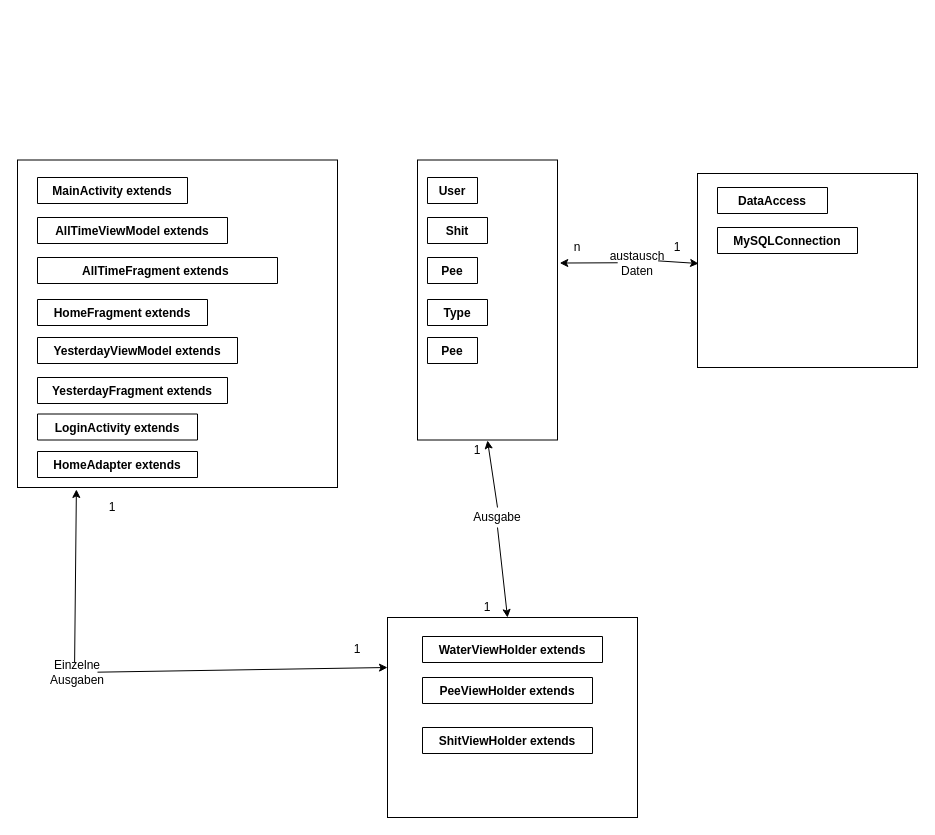
Before: Diagramme/Copy of Klassendiagramm.drawio in olisonsturm/LifestyleTracker, a draw.io diagram. Source tidied: cells renumbered, new cells numbered last; positions are measured from the earlier drawing's top-left corner, leaving out a move shared by most shapes. Both pictures are drawn from the tidied source at 100%, with x=0, y=0 at pixel (17, 159).
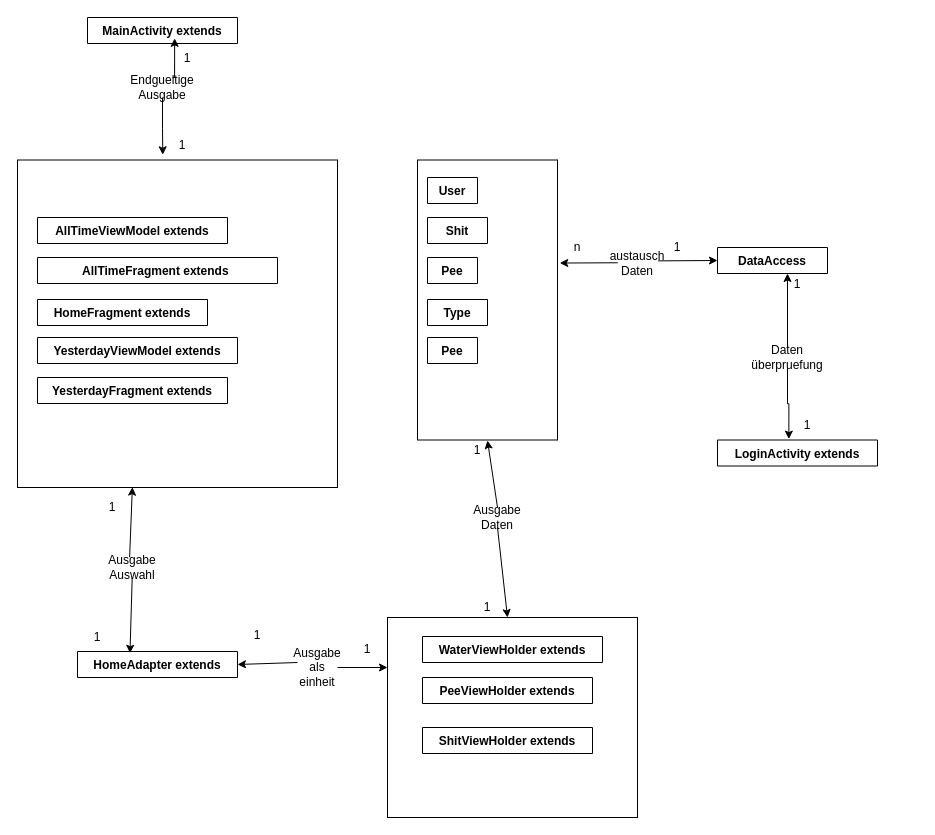
Above is the later version.

The change refers to these unchanged cells:
```xml
<mxCell id="2" style="rounded=0;whiteSpace=wrap;html=1;" parent="1" vertex="1">
  <mxGeometry x="370" y="458" width="250" height="200" as="geometry" />
</mxCell>
<mxCell id="5" style="rounded=0;whiteSpace=wrap;html=1;" parent="1" vertex="1">
  <mxGeometry y="0.5" width="320" height="327.5" as="geometry" />
</mxCell>
<mxCell id="24" value="austausch Daten" style="text;html=1;strokeColor=none;fillColor=none;align=center;verticalAlign=middle;whiteSpace=wrap;rounded=0;" parent="1" vertex="1">
  <mxGeometry x="600" y="94" width="40" height="20" as="geometry" />
</mxCell>
```

What changed in the source:
```diff
@@
-    <mxCell id="3" style="rounded=0;whiteSpace=wrap;html=1;" parent="1" vertex="1">
-      <mxGeometry x="680" y="14" width="220" height="194" as="geometry" />
-    </mxCell>
@@
-    <mxCell id="11" value="MySQLConnection" style="swimlane;fontStyle=1;align=center;verticalAlign=top;horizontal=1;startSize=26;" parent="1" vertex="1" collapsed="1">
-      <mxGeometry x="700" y="68" width="140" height="26" as="geometry" />
-    </mxCell>
     <mxCell id="12" value="HomeAdapter extends" style="swimlane;fontStyle=1;align=center;verticalAlign=top;horizontal=1;startSize=26;" parent="1" vertex="1" collapsed="1">
-      <mxGeometry x="20" y="292" width="160" height="26" as="geometry" />
+      <mxGeometry x="60" y="492" width="160" height="26" as="geometry" />
     </mxCell>
@@
     <mxCell id="16" value="MainActivity extends" style="swimlane;fontStyle=1;align=center;verticalAlign=top;horizontal=1;startSize=26;" parent="1" vertex="1" collapsed="1">
-      <mxGeometry x="20" y="18" width="150" height="26" as="geometry" />
+      <mxGeometry x="70" y="-142" width="150" height="26" as="geometry" />
     </mxCell>
@@
     <mxCell id="22" value="DataAccess" style="swimlane;fontStyle=1;align=center;verticalAlign=top;horizontal=1;startSize=26;" parent="1" vertex="1" collapsed="1">
-      <mxGeometry x="700" y="28" width="110" height="26" as="geometry" />
+      <mxGeometry x="700" y="88" width="110" height="26" as="geometry" />
     </mxCell>
-    <mxCell id="23" style="endArrow=classic;startArrow=none;html=1;entryX=0.005;entryY=0.464;entryDx=0;entryDy=0;entryPerimeter=0;exitX=1.016;exitY=0.368;exitDx=0;exitDy=0;exitPerimeter=0;" parent="1" edge="1" source="24" target="3">
+    <mxCell id="23" style="endArrow=classic;startArrow=none;html=1;entryX=0;entryY=0.5;entryDx=0;entryDy=0;exitX=1.016;exitY=0.368;exitDx=0;exitDy=0;exitPerimeter=0;" parent="1" edge="1" source="24" target="22">
       <mxGeometry relative="1" as="geometry" />
     </mxCell>
@@
-    <mxCell id="26" style="endArrow=classic;startArrow=none;html=1;exitX=0.428;exitY=-0.015;exitDx=0;exitDy=0;exitPerimeter=0;entryX=0.184;entryY=1.006;entryDx=0;entryDy=0;entryPerimeter=0;" parent="1" edge="1" source="27" target="5">
+    <mxCell id="26" style="endArrow=classic;startArrow=none;html=1;exitX=0.428;exitY=-0.015;exitDx=0;exitDy=0;exitPerimeter=0;entryX=0.359;entryY=0.999;entryDx=0;entryDy=0;entryPerimeter=0;" parent="1" edge="1" source="27" target="5">
       <mxGeometry relative="1" as="geometry" />
     </mxCell>
-    <mxCell id="27" value="Einzelne Ausgaben" style="text;html=1;strokeColor=none;fillColor=none;align=center;verticalAlign=middle;whiteSpace=wrap;rounded=0;" parent="1" vertex="1">
-      <mxGeometry x="40" y="503" width="40" height="20" as="geometry" />
+    <mxCell id="27" value="Ausgabe Auswahl" style="text;html=1;strokeColor=none;fillColor=none;align=center;verticalAlign=middle;whiteSpace=wrap;rounded=0;" parent="1" vertex="1">
+      <mxGeometry x="95" y="398" width="40" height="20" as="geometry" />
     </mxCell>
-    <mxCell id="28" style="endArrow=none;startArrow=classic;html=1;exitX=0;exitY=0.25;exitDx=0;exitDy=0;" parent="1" edge="1" source="2" target="27">
+    <mxCell id="28" style="endArrow=none;startArrow=classic;html=1;exitX=0.328;exitY=0.066;exitDx=0;exitDy=0;exitPerimeter=0;" parent="1" edge="1" source="12" target="27">
       <mxGeometry relative="1" as="geometry" />
     </mxCell>
     <mxCell id="29" value="LoginActivity extends" style="swimlane;fontStyle=1;align=center;verticalAlign=top;horizontal=1;startSize=26;" parent="1" vertex="1" collapsed="1">
-      <mxGeometry x="20" y="254.5" width="160" height="26" as="geometry" />
+      <mxGeometry x="700" y="280.5" width="160" height="26" as="geometry" />
     </mxCell>
@@
-    <mxCell id="31" value="Ausgabe" style="text;html=1;strokeColor=none;fillColor=none;align=center;verticalAlign=middle;whiteSpace=wrap;rounded=0;" parent="1" vertex="1">
+    <mxCell id="31" value="Ausgabe Daten" style="text;html=1;strokeColor=none;fillColor=none;align=center;verticalAlign=middle;whiteSpace=wrap;rounded=0;" parent="1" vertex="1">
       <mxGeometry x="460" y="348" width="40" height="20" as="geometry" />
     </mxCell>
@@
     <mxCell id="37" value="1" style="text;html=1;strokeColor=none;fillColor=none;align=center;verticalAlign=middle;whiteSpace=wrap;rounded=0;" parent="1" vertex="1">
-      <mxGeometry x="320" y="480" width="40" height="20" as="geometry" />
+      <mxGeometry x="60" y="468" width="40" height="20" as="geometry" />
     </mxCell>
@@
+    <mxCell id="39" style="endArrow=classic;startArrow=none;html=1;exitX=1;exitY=0.5;exitDx=0;exitDy=0;entryX=0;entryY=0.25;entryDx=0;entryDy=0;" parent="1" edge="1" source="40" target="2">
+      <mxGeometry relative="1" as="geometry" />
+    </mxCell>
+    <mxCell id="40" value="Ausgabe als einheit" style="text;html=1;strokeColor=none;fillColor=none;align=center;verticalAlign=middle;whiteSpace=wrap;rounded=0;" parent="1" vertex="1">
+      <mxGeometry x="280" y="498" width="40" height="20" as="geometry" />
+    </mxCell>
+    <mxCell id="41" style="endArrow=none;startArrow=classic;html=1;exitX=1;exitY=0.5;exitDx=0;exitDy=0;entryX=0;entryY=0.25;entryDx=0;entryDy=0;" parent="1" edge="1" source="12" target="40">
+      <mxGeometry relative="1" as="geometry" />
+    </mxCell>
+    <mxCell id="42" style="edgeStyle=orthogonalEdgeStyle;rounded=0;jettySize=auto;html=1;exitX=0.5;exitY=0;exitDx=0;exitDy=0;" parent="1" edge="1" source="44">
+      <mxGeometry relative="1" as="geometry">
+        <mxPoint x="770" y="114" as="targetPoint" />
+      </mxGeometry>
+    </mxCell>
+    <mxCell id="43" style="edgeStyle=orthogonalEdgeStyle;rounded=0;jettySize=auto;html=1;exitX=0.5;exitY=1;exitDx=0;exitDy=0;entryX=0.446;entryY=-0.035;entryDx=0;entryDy=0;entryPerimeter=0;" parent="1" edge="1" source="44" target="29">
+      <mxGeometry relative="1" as="geometry" />
+    </mxCell>
+    <mxCell id="44" value="Daten überpruefung" style="text;html=1;strokeColor=none;fillColor=none;align=center;verticalAlign=middle;whiteSpace=wrap;rounded=0;" parent="1" vertex="1">
+      <mxGeometry x="750" y="188" width="40" height="20" as="geometry" />
+    </mxCell>
+    <mxCell id="45" style="edgeStyle=orthogonalEdgeStyle;rounded=0;jettySize=auto;html=1;exitX=0.75;exitY=0;exitDx=0;exitDy=0;entryX=0.581;entryY=0.801;entryDx=0;entryDy=0;entryPerimeter=0;" parent="1" edge="1" source="47" target="16">
+      <mxGeometry relative="1" as="geometry" />
+    </mxCell>
+    <mxCell id="46" style="edgeStyle=orthogonalEdgeStyle;rounded=0;jettySize=auto;html=1;exitX=0.5;exitY=1;exitDx=0;exitDy=0;entryX=0.454;entryY=-0.016;entryDx=0;entryDy=0;entryPerimeter=0;" parent="1" edge="1" source="47" target="5">
+      <mxGeometry relative="1" as="geometry" />
+    </mxCell>
+    <mxCell id="47" value="Endgueltige Ausgabe" style="text;html=1;strokeColor=none;fillColor=none;align=center;verticalAlign=middle;whiteSpace=wrap;rounded=0;" parent="1" vertex="1">
+      <mxGeometry x="125" y="-82" width="40" height="20" as="geometry" />
+    </mxCell>
+    <mxCell id="48" value="1" style="text;html=1;strokeColor=none;fillColor=none;align=center;verticalAlign=middle;whiteSpace=wrap;rounded=0;" parent="1" vertex="1">
+      <mxGeometry x="135" y="-29.5" width="60" height="30" as="geometry" />
+    </mxCell>
+    <mxCell id="49" value="1" style="text;html=1;strokeColor=none;fillColor=none;align=center;verticalAlign=middle;whiteSpace=wrap;rounded=0;" parent="1" vertex="1">
+      <mxGeometry x="140" y="-116" width="60" height="30" as="geometry" />
+    </mxCell>
+    <mxCell id="50" value="1" style="text;html=1;strokeColor=none;fillColor=none;align=center;verticalAlign=middle;whiteSpace=wrap;rounded=0;" parent="1" vertex="1">
+      <mxGeometry x="320" y="475" width="60" height="30" as="geometry" />
+    </mxCell>
+    <mxCell id="51" value="1" style="text;html=1;strokeColor=none;fillColor=none;align=center;verticalAlign=middle;whiteSpace=wrap;rounded=0;" parent="1" vertex="1">
+      <mxGeometry x="210" y="458" width="60" height="36" as="geometry" />
+    </mxCell>
+    <mxCell id="52" value="1" style="text;html=1;strokeColor=none;fillColor=none;align=center;verticalAlign=middle;whiteSpace=wrap;rounded=0;" parent="1" vertex="1">
+      <mxGeometry x="750" y="110" width="60" height="30" as="geometry" />
+    </mxCell>
+    <mxCell id="53" value="1" style="text;html=1;strokeColor=none;fillColor=none;align=center;verticalAlign=middle;whiteSpace=wrap;rounded=0;" parent="1" vertex="1">
+      <mxGeometry x="760" y="250.5" width="60" height="30" as="geometry" />
+    </mxCell>
```
